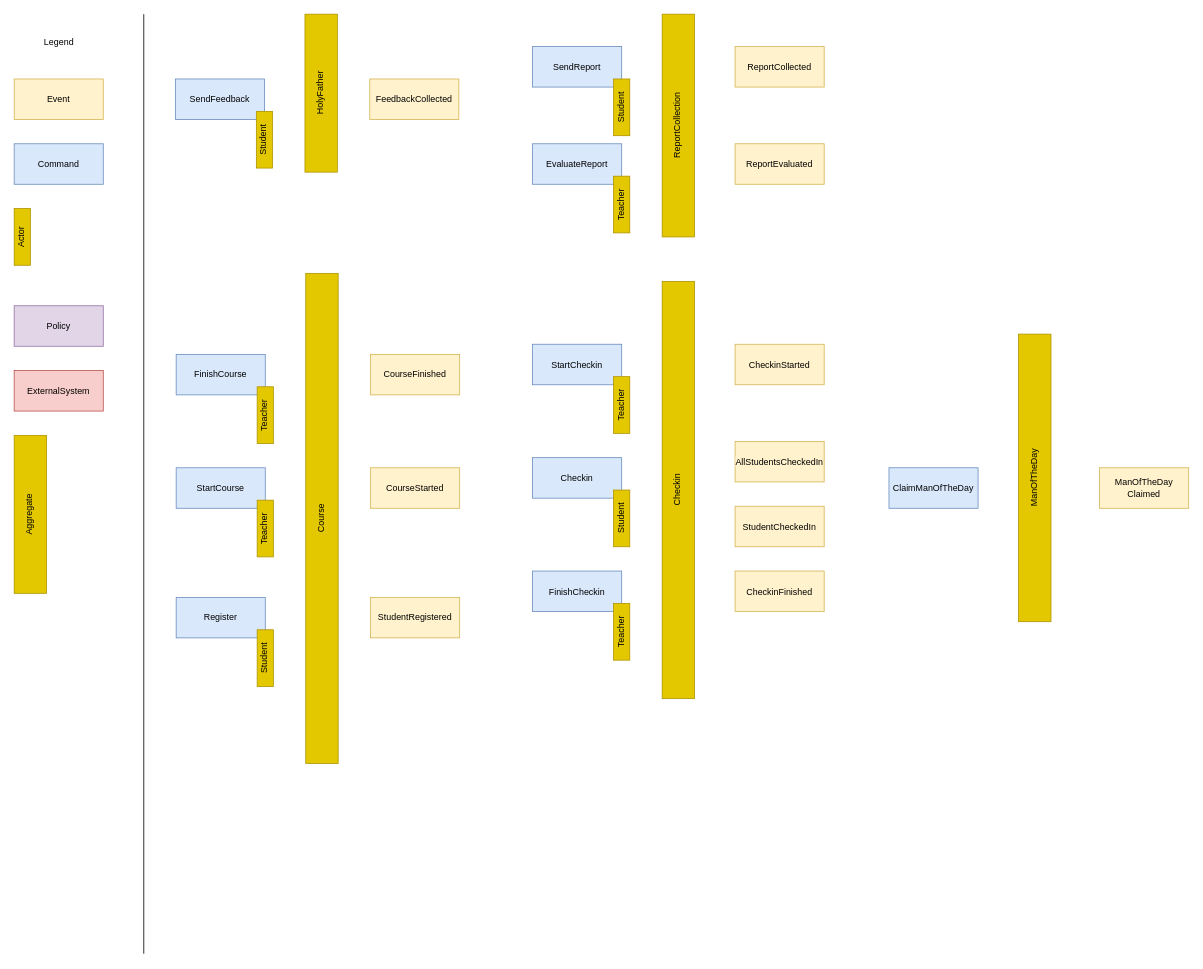
This is page "aggregates" (3 of 3) of docs/design.drawio from FilaCo/safonov, a draw.io file, before an edit. Source tidied: cells renumbered, new cells numbered last; positions are measured from the earlier drawing's top-left corner, leaving out a move shared by most shapes. Both pictures are drawn from the tidied source at 81%, with x=0, y=0 at pixel (14, 14).
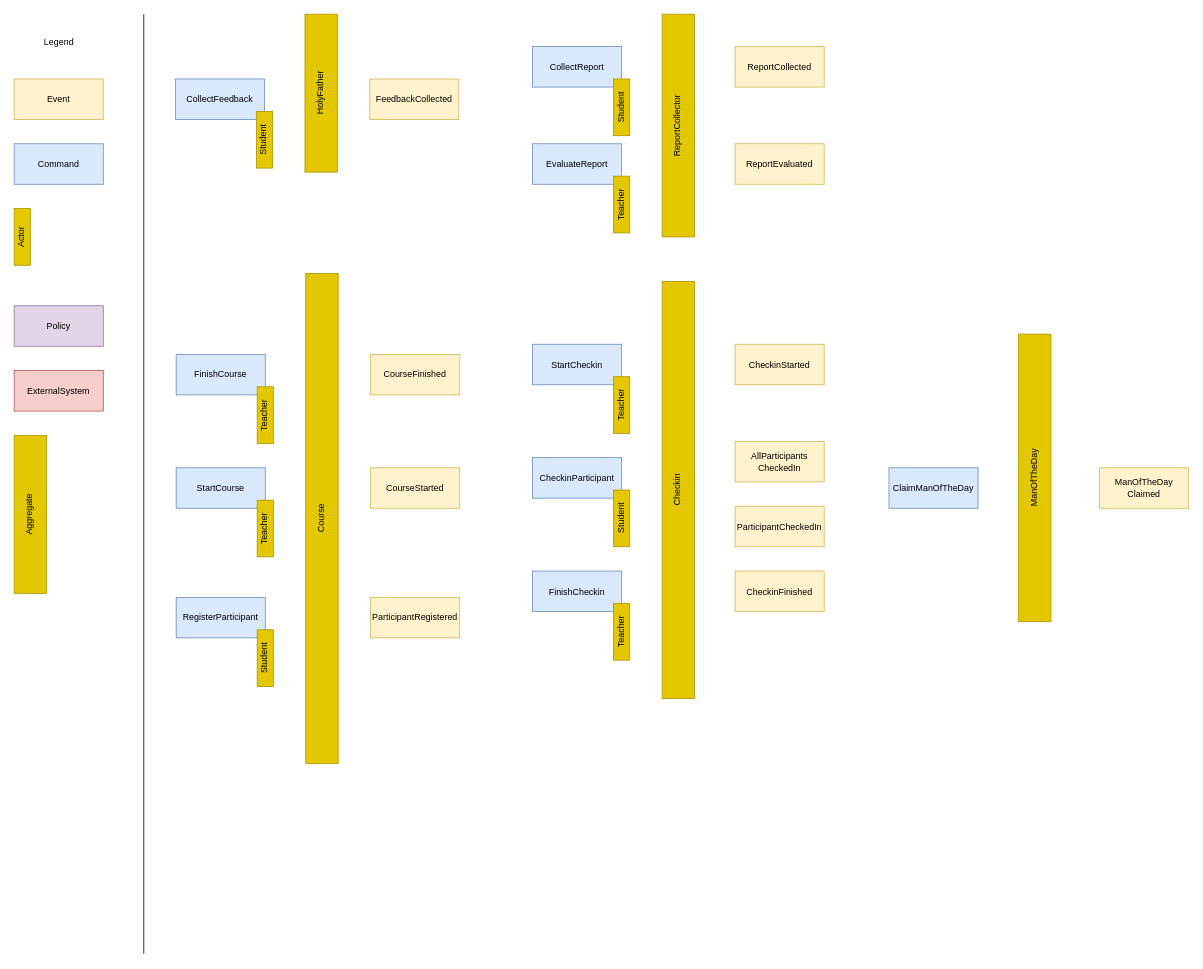
The same diagram, later.

Unchanged cells that the change refers to:
```xml
<mxCell id="24" style="group;" parent="1" vertex="1">
  <mxGeometry x="640" y="40" width="120" height="110" as="geometry" />
</mxCell>
<mxCell id="30" style="group;" parent="1" vertex="1">
  <mxGeometry x="640" y="547.5" width="120" height="110" as="geometry" />
</mxCell>
<mxCell id="39" style="group;" parent="1" vertex="1">
  <mxGeometry x="199" y="50" width="120" height="110" as="geometry" />
</mxCell>
```

Change to the diagram source:
```diff
@@
-    <mxCell id="8" value="&lt;span style=&quot;&quot;&gt;StudentCheckedIn&lt;/span&gt;" style="html=1;whiteSpace=wrap;fontFamily=Helvetica;fontSize=11;labelBackgroundColor=#FFF2CC;fillColor=#fff2cc;strokeColor=#d6b656;" parent="1" vertex="1">
+    <mxCell id="8" value="&lt;span style=&quot;&quot;&gt;ParticipantCheckedIn&lt;/span&gt;" style="html=1;whiteSpace=wrap;fontFamily=Helvetica;fontSize=11;labelBackgroundColor=#FFF2CC;fillColor=#fff2cc;strokeColor=#d6b656;" parent="1" vertex="1">
       <mxGeometry x="890" y="607.5" width="110" height="50" as="geometry" />
     </mxCell>
@@
-    <mxCell id="10" value="&lt;span style=&quot;&quot;&gt;StudentRegistered&lt;/span&gt;" style="html=1;whiteSpace=wrap;fontFamily=Helvetica;fontSize=11;labelBackgroundColor=#FFF2CC;fillColor=#fff2cc;strokeColor=#d6b656;" parent="1" vertex="1">
+    <mxCell id="10" value="&lt;span style=&quot;&quot;&gt;ParticipantRegistered&lt;/span&gt;" style="html=1;whiteSpace=wrap;fontFamily=Helvetica;fontSize=11;labelBackgroundColor=#FFF2CC;fillColor=#fff2cc;strokeColor=#d6b656;" parent="1" vertex="1">
       <mxGeometry x="440" y="720" width="110" height="50" as="geometry" />
     </mxCell>
@@
-    <mxCell id="17" value="&lt;span style=&quot;&quot;&gt;Register&lt;/span&gt;" style="html=1;whiteSpace=wrap;fontFamily=Helvetica;fontSize=11;labelBackgroundColor=#DAE8FC;fillColor=#dae8fc;strokeColor=#6c8ebf;" parent="1" vertex="1">
+    <mxCell id="17" value="&lt;span style=&quot;&quot;&gt;RegisterParticipant&lt;/span&gt;" style="html=1;whiteSpace=wrap;fontFamily=Helvetica;fontSize=11;labelBackgroundColor=#DAE8FC;fillColor=#dae8fc;strokeColor=#6c8ebf;" parent="1" vertex="1">
       <mxGeometry x="200" y="720" width="110" height="50" as="geometry" />
     </mxCell>
@@
-    <mxCell id="25" value="&lt;span style=&quot;&quot;&gt;SendReport&lt;/span&gt;" style="html=1;whiteSpace=wrap;fontFamily=Helvetica;fontSize=11;labelBackgroundColor=#DAE8FC;fillColor=#dae8fc;strokeColor=#6c8ebf;" parent="24" vertex="1">
+    <mxCell id="25" value="&lt;span style=&quot;&quot;&gt;CollectReport&lt;/span&gt;" style="html=1;whiteSpace=wrap;fontFamily=Helvetica;fontSize=11;labelBackgroundColor=#DAE8FC;fillColor=#dae8fc;strokeColor=#6c8ebf;" parent="24" vertex="1">
       <mxGeometry width="110" height="50" as="geometry" />
     </mxCell>
@@
-    <mxCell id="31" value="&lt;span style=&quot;&quot;&gt;Checkin&lt;/span&gt;" style="html=1;whiteSpace=wrap;fontFamily=Helvetica;fontSize=11;labelBackgroundColor=#DAE8FC;fillColor=#dae8fc;strokeColor=#6c8ebf;" parent="30" vertex="1">
+    <mxCell id="31" value="&lt;span style=&quot;&quot;&gt;CheckinParticipant&lt;/span&gt;" style="html=1;whiteSpace=wrap;fontFamily=Helvetica;fontSize=11;labelBackgroundColor=#DAE8FC;fillColor=#dae8fc;strokeColor=#6c8ebf;" parent="30" vertex="1">
       <mxGeometry width="110" height="50" as="geometry" />
     </mxCell>
@@
-    <mxCell id="36" value="&lt;span style=&quot;&quot;&gt;AllStudentsCheckedIn&lt;/span&gt;" style="html=1;whiteSpace=wrap;fontFamily=Helvetica;fontSize=11;labelBackgroundColor=#FFF2CC;fillColor=#fff2cc;strokeColor=#d6b656;" parent="1" vertex="1">
+    <mxCell id="36" value="&lt;span style=&quot;&quot;&gt;AllParticipants&lt;/span&gt;&lt;div&gt;&lt;span style=&quot;&quot;&gt;CheckedIn&lt;/span&gt;&lt;/div&gt;" style="html=1;whiteSpace=wrap;fontFamily=Helvetica;fontSize=11;labelBackgroundColor=#FFF2CC;fillColor=#fff2cc;strokeColor=#d6b656;" parent="1" vertex="1">
       <mxGeometry x="890" y="527.5" width="110" height="50" as="geometry" />
     </mxCell>
@@
-    <mxCell id="40" value="&lt;span style=&quot;&quot;&gt;SendFeedback&lt;/span&gt;" style="html=1;whiteSpace=wrap;fontFamily=Helvetica;fontSize=11;labelBackgroundColor=#DAE8FC;fillColor=#dae8fc;strokeColor=#6c8ebf;" parent="39" vertex="1">
+    <mxCell id="40" value="&lt;span style=&quot;&quot;&gt;CollectFeedback&lt;/span&gt;" style="html=1;whiteSpace=wrap;fontFamily=Helvetica;fontSize=11;labelBackgroundColor=#DAE8FC;fillColor=#dae8fc;strokeColor=#6c8ebf;" parent="39" vertex="1">
       <mxGeometry y="30" width="110" height="50" as="geometry" />
     </mxCell>
@@
-    <mxCell id="44" value="&lt;span style=&quot;&quot;&gt;ReportCollection&lt;/span&gt;" style="html=1;whiteSpace=wrap;fontFamily=Helvetica;fontSize=11;labelBackgroundColor=#E3C800;fillColor=#e3c800;strokeColor=#B09500;fontColor=#000000;textDirection=vertical-lr;rotation=-180;" parent="1" vertex="1">
+    <mxCell id="44" value="&lt;span style=&quot;&quot;&gt;ReportCollector&lt;/span&gt;" style="html=1;whiteSpace=wrap;fontFamily=Helvetica;fontSize=11;labelBackgroundColor=#E3C800;fillColor=#e3c800;strokeColor=#B09500;fontColor=#000000;textDirection=vertical-lr;rotation=-180;" parent="1" vertex="1">
       <mxGeometry x="800" width="40" height="275" as="geometry" />
     </mxCell>
```
